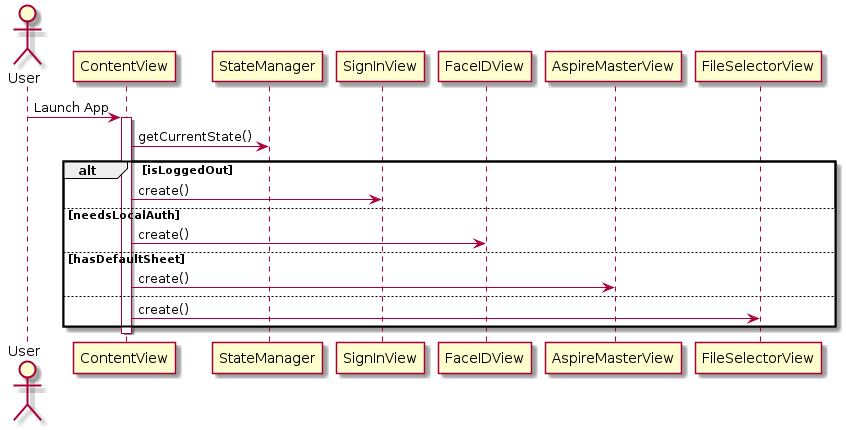
This is Documentation/out/ContentView_InitSequence/ContentView_InitSequence.png from aspirebudgetingmobile/aspirebudgeting_ios, a PlantUML export, as it was before one commit.
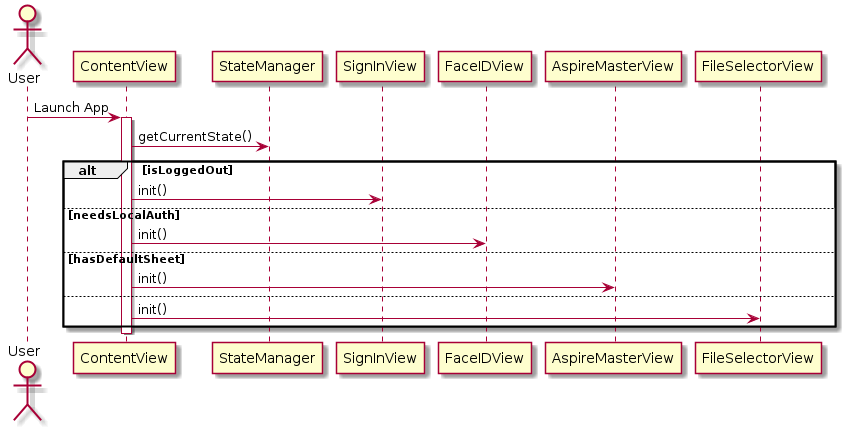
The same file after the commit.

Commit message:
AspireMasterView sequence and some updates

Diff of the diagram source:
```diff
@@ -7,16 +7,16 @@
 ContentView -> StateManager : getCurrentState()
 
 alt isLoggedOut
-ContentView -> SignInView : create()
+ContentView -> SignInView : init()
 
 else needsLocalAuth
-ContentView -> FaceIDView : create()
+ContentView -> FaceIDView : init()
 
 else hasDefaultSheet
-ContentView -> AspireMasterView : create()
+ContentView -> AspireMasterView : init()
 
 else
-ContentView -> FileSelectorView : create()
+ContentView -> FileSelectorView : init()
 end
 
 deactivate ContentView
```
